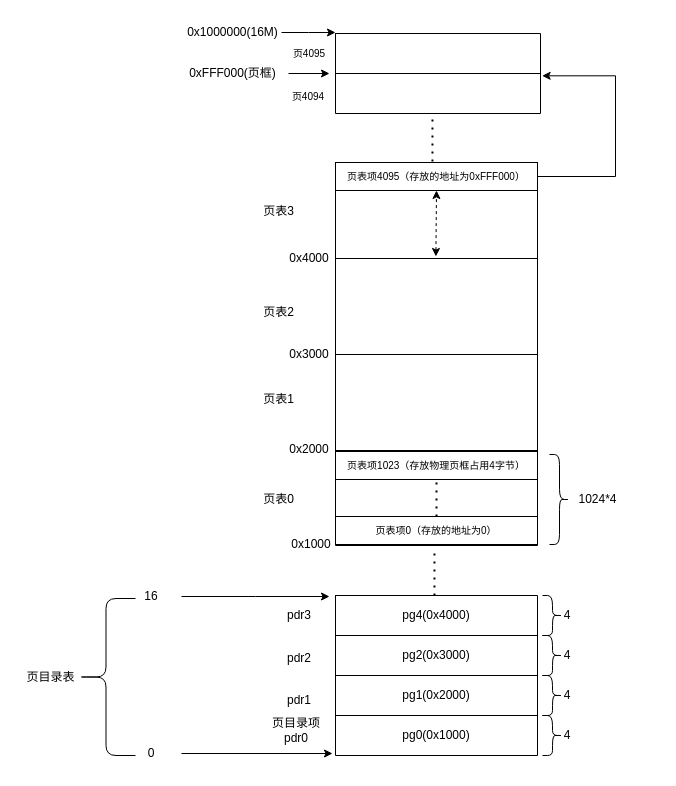
Before: x86分页机制.drawio in SongXiaoLongg/DrawIO, a draw.io diagram. Source tidied: cells renumbered, new cells numbered last; positions are measured from the earlier drawing's top-left corner, leaving out a move shared by most shapes. Both pictures are drawn from the tidied source at 100%, with x=0, y=0 at pixel (17, 17).
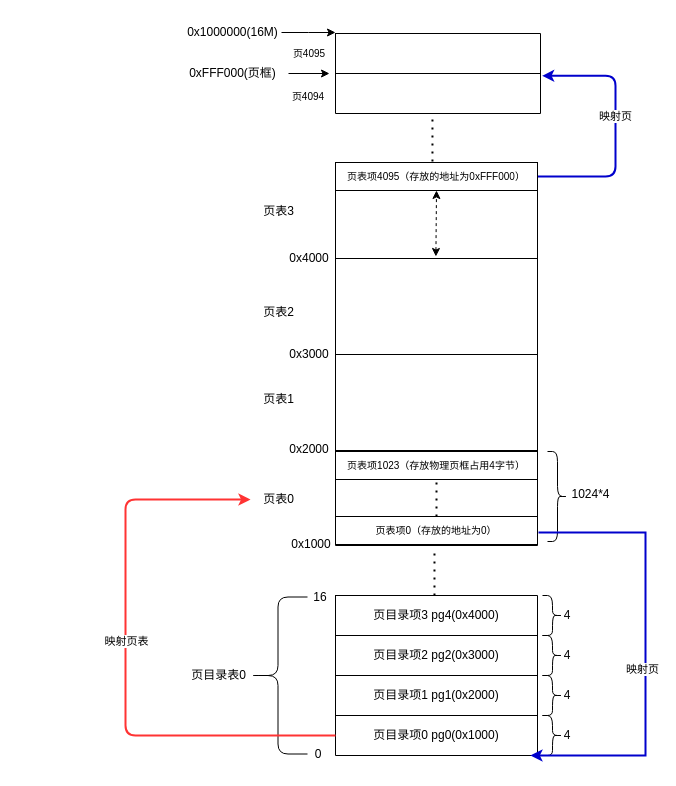
After the change.

Commit message:
更新x86分页机制.drawio

The change refers to these unchanged cells:
```xml
<mxCell id="7" style="shape=tableRow;horizontal=0;startSize=0;swimlaneHead=0;swimlaneBody=0;top=0;left=0;bottom=0;right=0;fillColor=none;points=[[0,0.5],[1,0.5]];portConstraint=eastwest;" parent="6" vertex="1">
  <mxGeometry width="202" height="40" as="geometry" />
</mxCell>
<mxCell id="9" style="shape=tableRow;horizontal=0;startSize=0;swimlaneHead=0;swimlaneBody=0;top=0;left=0;bottom=0;right=0;fillColor=none;" parent="6" vertex="1">
  <mxGeometry y="40" width="202" height="40" as="geometry" />
</mxCell>
<mxCell id="11" style="shape=tableRow;horizontal=0;startSize=0;swimlaneHead=0;swimlaneBody=0;top=0;left=0;bottom=0;right=0;fillColor=none;" parent="6" vertex="1">
  <mxGeometry y="80" width="202" height="40" as="geometry" />
</mxCell>
<mxCell id="13" style="shape=tableRow;horizontal=0;startSize=0;swimlaneHead=0;swimlaneBody=0;top=0;left=0;bottom=0;right=0;fillColor=none;points=[[0,0.5],[1,0.5]];portConstraint=eastwest;" parent="6" vertex="1">
  <mxGeometry y="120" width="202" height="40" as="geometry" />
</mxCell>
<mxCell id="38" style="shape=tableRow;horizontal=0;startSize=0;swimlaneHead=0;swimlaneBody=0;top=0;left=0;bottom=0;right=0;fillColor=none;points=[[0,0.5],[1,0.5]];portConstraint=eastwest;" parent="31" vertex="1">
  <mxGeometry y="288" width="202" height="95" as="geometry" />
</mxCell>
<mxCell id="40" value="页表0" style="text;html=1;align=center;verticalAlign=middle;points=[];strokeColor=none;fillColor=none;" parent="1" vertex="1">
  <mxGeometry x="236" y="469" width="49" height="26" as="geometry" />
</mxCell>
<mxCell id="55" style="shape=tableRow;horizontal=0;startSize=0;swimlaneHead=0;swimlaneBody=0;top=0;left=0;bottom=0;right=0;fillColor=none;points=[[0,0.5],[1,0.5]];portConstraint=eastwest;fontSize=10;" parent="52" vertex="1">
  <mxGeometry y="40" width="205" height="40" as="geometry" />
</mxCell>
<mxCell id="60" value="页表项4095（存放的地址为0xFFF000）" style="rounded=0;whiteSpace=wrap;html=1;fontSize=10;" parent="1" vertex="1">
  <mxGeometry x="318" y="145" width="202" height="28" as="geometry" />
</mxCell>
```

Diff of the diagram source:
```diff
@@
-    <mxCell id="2" style="edgeStyle=orthogonalEdgeStyle;rounded=0;jettySize=auto;html=1;exitX=1;exitY=0.5;exitDx=0;exitDy=0;" parent="1" edge="1" source="3">
-      <mxGeometry relative="1" as="geometry">
-        <mxPoint x="315" y="736" as="targetPoint" />
-      </mxGeometry>
-    </mxCell>
-    <mxCell id="3" value="0" style="text;html=1;strokeColor=none;fillColor=none;align=center;verticalAlign=middle;whiteSpace=wrap;rounded=0;" parent="1" vertex="1">
-      <mxGeometry x="104" y="721" width="60" height="30" as="geometry" />
-    </mxCell>
@@
-    <mxCell id="8" value="pg4(0x4000)" style="shape=partialRectangle;html=1;whiteSpace=wrap;overflow=hidden;fillColor=none;top=0;left=0;bottom=0;right=0;" parent="7" vertex="1">
+    <mxCell id="8" value="页目录项3 pg4(0x4000)" style="shape=partialRectangle;html=1;whiteSpace=wrap;overflow=hidden;fillColor=none;top=0;left=0;bottom=0;right=0;" parent="7" vertex="1">
       <mxGeometry width="202" height="40" as="geometry" />
     </mxCell>
@@
-    <mxCell id="10" value="pg2(0x3000)" style="shape=partialRectangle;html=1;whiteSpace=wrap;overflow=hidden;fillColor=none;top=0;left=0;bottom=0;right=0;" parent="9" vertex="1">
+    <mxCell id="10" value="页目录项2 pg2(0x3000)" style="shape=partialRectangle;html=1;whiteSpace=wrap;overflow=hidden;fillColor=none;top=0;left=0;bottom=0;right=0;" parent="9" vertex="1">
       <mxGeometry width="202" height="40" as="geometry" />
     </mxCell>
@@
-    <mxCell id="12" value="pg1(0x2000)" style="shape=partialRectangle;html=1;whiteSpace=wrap;overflow=hidden;fillColor=none;top=0;left=0;bottom=0;right=0;" parent="11" vertex="1">
+    <mxCell id="12" value="页目录项1 pg1(0x2000)" style="shape=partialRectangle;html=1;whiteSpace=wrap;overflow=hidden;fillColor=none;top=0;left=0;bottom=0;right=0;" parent="11" vertex="1">
       <mxGeometry width="202" height="40" as="geometry" />
     </mxCell>
@@
-    <mxCell id="14" value="pg0(0x1000)" style="shape=partialRectangle;html=1;whiteSpace=wrap;overflow=hidden;fillColor=none;top=0;left=0;bottom=0;right=0;" parent="13" vertex="1">
+    <mxCell id="14" value="页目录项0 pg0(0x1000)" style="shape=partialRectangle;html=1;whiteSpace=wrap;overflow=hidden;fillColor=none;top=0;left=0;bottom=0;right=0;" parent="13" vertex="1">
       <mxGeometry width="202" height="40" as="geometry" />
     </mxCell>
@@
-    <mxCell id="23" value="pdr3" style="text;html=1;strokeColor=none;fillColor=none;align=center;verticalAlign=middle;whiteSpace=wrap;rounded=0;" parent="1" vertex="1">
-      <mxGeometry x="252" y="583" width="60" height="30" as="geometry" />
-    </mxCell>
-    <mxCell id="24" value="pdr1" style="text;html=1;strokeColor=none;fillColor=none;align=center;verticalAlign=middle;whiteSpace=wrap;rounded=0;" parent="1" vertex="1">
-      <mxGeometry x="252" y="668" width="60" height="30" as="geometry" />
-    </mxCell>
-    <mxCell id="25" value="页目录项 pdr0" style="text;html=1;strokeColor=none;fillColor=none;align=center;verticalAlign=middle;whiteSpace=wrap;rounded=0;" parent="1" vertex="1">
-      <mxGeometry x="249" y="698" width="60" height="30" as="geometry" />
-    </mxCell>
-    <mxCell id="26" value="pdr2" style="text;html=1;strokeColor=none;fillColor=none;align=center;verticalAlign=middle;whiteSpace=wrap;rounded=0;" parent="1" vertex="1">
-      <mxGeometry x="252" y="626" width="60" height="30" as="geometry" />
-    </mxCell>
-    <mxCell id="27" style="edgeStyle=orthogonalEdgeStyle;rounded=0;jettySize=auto;html=1;exitX=1;exitY=0.5;exitDx=0;exitDy=0;" parent="1" edge="1" source="28">
-      <mxGeometry relative="1" as="geometry">
-        <mxPoint x="312" y="579" as="targetPoint" />
-      </mxGeometry>
-    </mxCell>
     <mxCell id="28" value="16" style="text;html=1;strokeColor=none;fillColor=none;align=center;verticalAlign=middle;whiteSpace=wrap;rounded=0;" parent="1" vertex="1">
-      <mxGeometry x="104" y="564" width="60" height="30" as="geometry" />
+      <mxGeometry x="273" y="565" width="60" height="30" as="geometry" />
     </mxCell>
     <mxCell id="29" style="shape=curlyBracket;whiteSpace=wrap;html=1;rounded=1;flipH=1;rotation=-180;" parent="1" vertex="1">
-      <mxGeometry x="59" y="581" width="59" height="157" as="geometry" />
+      <mxGeometry x="231" y="579.5" width="59" height="157" as="geometry" />
     </mxCell>
-    <mxCell id="30" value="页目录表" style="text;html=1;align=center;verticalAlign=middle;strokeColor=none;fillColor=none;" parent="1" vertex="1">
-      <mxGeometry y="646.5" width="66" height="26" as="geometry" />
+    <mxCell id="30" value="页目录表0" style="text;html=1;align=center;verticalAlign=middle;strokeColor=none;fillColor=none;" parent="1" vertex="1">
+      <mxGeometry x="164" y="645" width="73" height="26" as="geometry" />
     </mxCell>
@@
     <mxCell id="48" style="shape=curlyBracket;whiteSpace=wrap;html=1;rounded=1;flipH=1;size=0.5;" parent="1" vertex="1">
-      <mxGeometry x="532" y="437" width="20" height="90" as="geometry" />
+      <mxGeometry x="530" y="434" width="20" height="90" as="geometry" />
     </mxCell>
     <mxCell id="49" value="1024*4" style="text;html=1;align=center;verticalAlign=middle;strokeColor=none;fillColor=none;" parent="1" vertex="1">
-      <mxGeometry x="552" y="469" width="56" height="26" as="geometry" />
+      <mxGeometry x="545" y="464" width="56" height="26" as="geometry" />
     </mxCell>
@@
-    <mxCell id="59" style="edgeStyle=orthogonalEdgeStyle;rounded=0;jettySize=auto;html=1;exitX=1;exitY=0.5;exitDx=0;exitDy=0;fontSize=10;entryX=1.008;entryY=0.058;entryDx=0;entryDy=0;entryPerimeter=0;" parent="1" edge="1" source="60" target="55">
+    <mxCell id="59" style="edgeStyle=orthogonalEdgeStyle;rounded=1;jettySize=auto;html=1;exitX=1;exitY=0.5;exitDx=0;exitDy=0;fontSize=10;entryX=1.008;entryY=0.058;entryDx=0;entryDy=0;entryPerimeter=0;strokeColor=#0000CC;strokeWidth=2;" parent="1" edge="1" source="60" target="55">
       <mxGeometry relative="1" as="geometry">
         <Array as="points">
           <mxPoint x="598" y="159" />
           <mxPoint x="598" y="58" />
         </Array>
       </mxGeometry>
     </mxCell>
+    <mxCell id="67" value="映射页" style="edgeLabel;html=1;align=center;verticalAlign=middle;" parent="59" vertex="1">
+      <mxGeometry x="0.1" y="1" relative="1" as="geometry" />
+    </mxCell>
@@
+    <mxCell id="3" value="0" style="text;html=1;strokeColor=none;fillColor=none;align=center;verticalAlign=middle;whiteSpace=wrap;rounded=0;" parent="1" vertex="1">
+      <mxGeometry x="271" y="722" width="60" height="30" as="geometry" />
+    </mxCell>
+    <mxCell id="68" style="edgeStyle=segmentEdgeStyle;endArrow=classic;html=1;rounded=0;exitX=1.005;exitY=0.863;exitDx=0;exitDy=0;exitPerimeter=0;entryX=0.965;entryY=1;entryDx=0;entryDy=0;entryPerimeter=0;strokeColor=#0000CC;strokeWidth=2;" parent="1" edge="1" source="38" target="13">
+      <mxGeometry relative="1" as="geometry">
+        <Array as="points">
+          <mxPoint x="628" y="515" />
+          <mxPoint x="628" y="738" />
+        </Array>
+      </mxGeometry>
+    </mxCell>
+    <mxCell id="69" value="映射页" style="edgeLabel;html=1;align=center;verticalAlign=middle;" parent="68" vertex="1">
+      <mxGeometry x="0.09" y="-4" relative="1" as="geometry" />
+    </mxCell>
+    <mxCell id="70" style="edgeStyle=segmentEdgeStyle;endArrow=classic;html=1;rounded=1;strokeColor=#FF3333;strokeWidth=2;exitX=0;exitY=0.5;exitDx=0;exitDy=0;entryX=-0.061;entryY=0.5;entryDx=0;entryDy=0;entryPerimeter=0;" parent="1" edge="1" source="13" target="40">
+      <mxGeometry relative="1" as="geometry">
+        <Array as="points">
+          <mxPoint x="108" y="718" />
+          <mxPoint x="108" y="482" />
+        </Array>
+      </mxGeometry>
+    </mxCell>
+    <mxCell id="71" value="映射页表" style="edgeLabel;html=1;align=center;verticalAlign=middle;" parent="70" vertex="1">
+      <mxGeometry x="0.07" relative="1" as="geometry" />
+    </mxCell>
```
